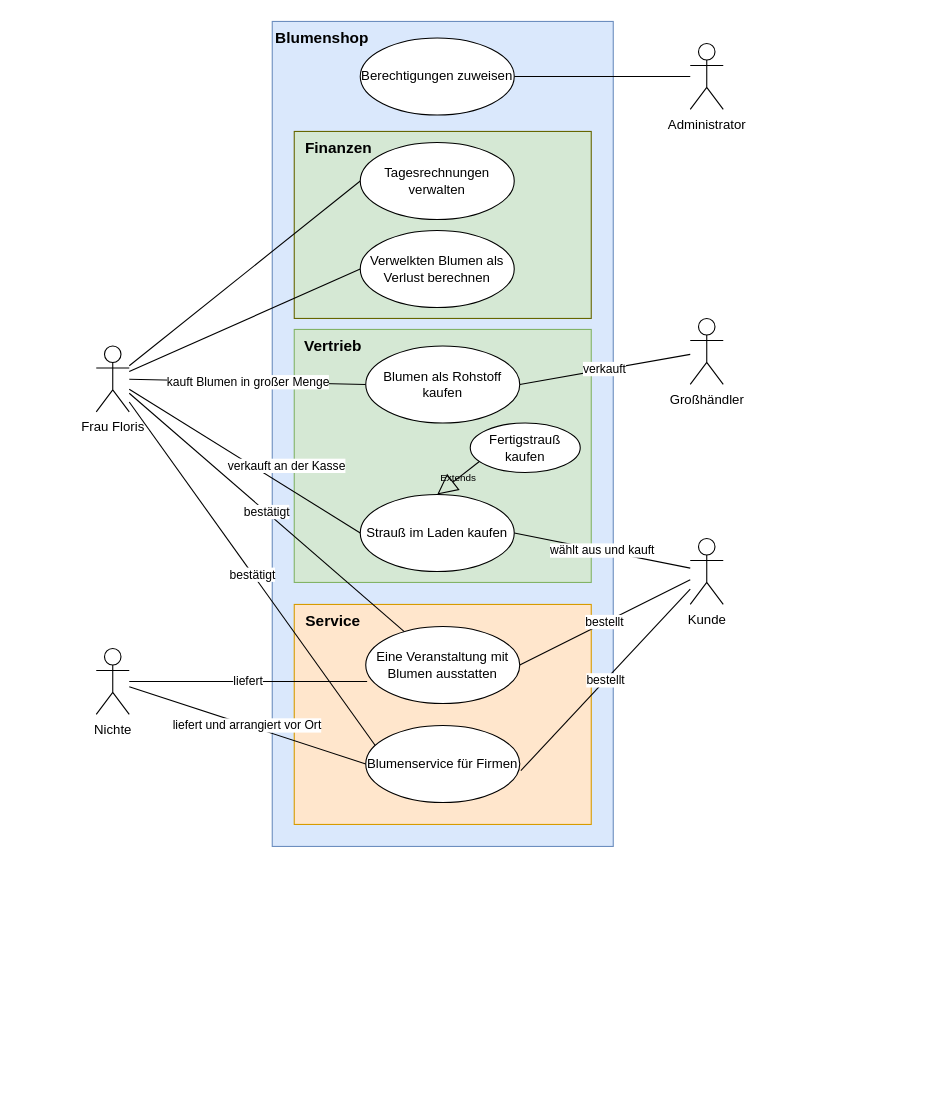
Earlier version of the draw.io diagram src/main/asciidoc/models/analysis/usecases.drawio (mrEkso/Flower-Shop-Management-System). Source tidied: cells renumbered, new cells numbered last; positions are measured from the earlier drawing's top-left corner, leaving out a move shared by most shapes. Both pictures are drawn from the tidied source at 110%, with x=0, y=0 at pixel (96, 21).
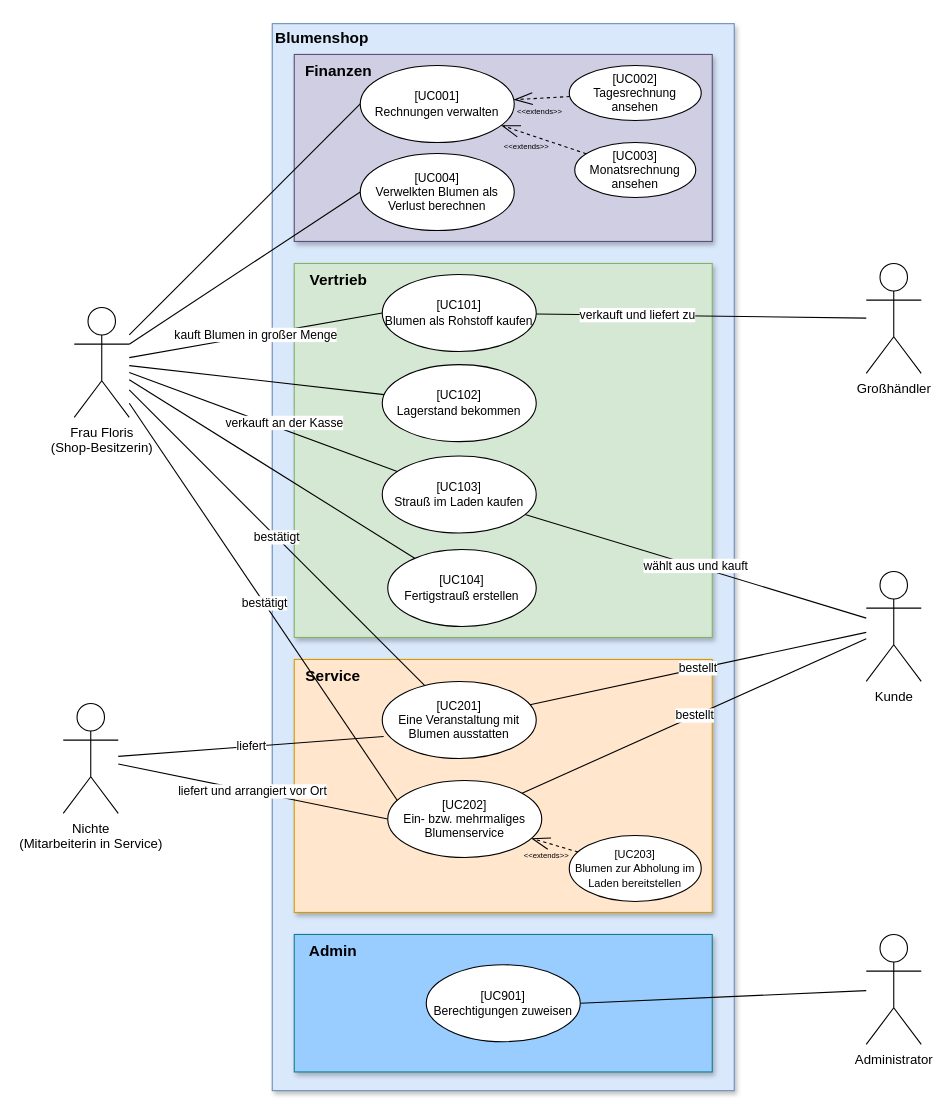
The same page after the edit.

The edit, as a diff of the source:
```diff
@@
-    <mxCell id="2" style="html=1;whiteSpace=wrap;fillColor=#dae8fc;strokeColor=#6c8ebf;shadow=0;labelPosition=left;verticalLabelPosition=top;align=right;verticalAlign=bottom;" parent="1" vertex="1">
-      <mxGeometry x="160" width="310" height="750" as="geometry" />
+    <mxCell id="2" style="html=1;whiteSpace=wrap;fillColor=#dae8fc;strokeColor=#6c8ebf;shadow=1;labelPosition=left;verticalLabelPosition=top;align=right;verticalAlign=bottom;" parent="1" vertex="1">
+      <mxGeometry x="160" y="2" width="420" height="970" as="geometry" />
     </mxCell>
-    <mxCell id="3" style="html=1;whiteSpace=wrap;fillColor=#ffe6cc;strokeColor=#d79b00;shadow=0;labelPosition=left;verticalLabelPosition=top;align=right;verticalAlign=bottom;" parent="1" vertex="1">
-      <mxGeometry x="180" y="530" width="270" height="200" as="geometry" />
+    <mxCell id="3" style="html=1;whiteSpace=wrap;fillColor=#ffe6cc;strokeColor=#d79b00;shadow=1;labelPosition=left;verticalLabelPosition=top;align=right;verticalAlign=bottom;" parent="1" vertex="1">
+      <mxGeometry x="180" y="580" width="380" height="230" as="geometry" />
     </mxCell>
-    <mxCell id="4" style="html=1;whiteSpace=wrap;fillColor=#d5e8d4;strokeColor=#82b366;shadow=0;labelPosition=left;verticalLabelPosition=top;align=right;verticalAlign=bottom;" parent="1" vertex="1">
-      <mxGeometry x="180" y="280" width="270" height="230" as="geometry" />
+    <mxCell id="4" style="html=1;whiteSpace=wrap;fillColor=#d5e8d4;strokeColor=#82b366;shadow=1;labelPosition=left;verticalLabelPosition=top;align=right;verticalAlign=bottom;glass=0;rounded=0;" parent="1" vertex="1">
+      <mxGeometry x="180" y="220" width="380" height="340" as="geometry" />
     </mxCell>
+    <mxCell id="37" style="html=1;whiteSpace=wrap;fillColor=#99CCFF;strokeColor=#0e8088;shadow=1;labelPosition=left;verticalLabelPosition=top;align=right;verticalAlign=bottom;" parent="1" vertex="1">
+      <mxGeometry x="180" y="830" width="380" height="125" as="geometry" />
+    </mxCell>
-    <mxCell id="5" style="html=1;whiteSpace=wrap;fillColor=#d5e8d4;strokeColor=#666600;shadow=0;labelPosition=left;verticalLabelPosition=top;align=right;verticalAlign=bottom;" parent="1" vertex="1">
-      <mxGeometry x="180" y="100" width="270" height="170" as="geometry" />
+    <mxCell id="5" style="html=1;whiteSpace=wrap;fillColor=#d0cee2;strokeColor=#56517e;shadow=1;labelPosition=left;verticalLabelPosition=top;align=right;verticalAlign=bottom;" parent="1" vertex="1">
+      <mxGeometry x="180" y="30" width="380" height="170" as="geometry" />
     </mxCell>
-    <mxCell id="6" value="verkauft an der Kasse" style="rounded=0;jettySize=auto;html=1;endArrow=none;endFill=0;entryX=0;entryY=0.5;entryDx=0;entryDy=0;" parent="1" edge="1" source="11" target="20">
-      <mxGeometry x="0.28" y="16" relative="1" as="geometry" />
+    <mxCell id="6" value="verkauft an der Kasse" style="rounded=0;jettySize=auto;html=1;endArrow=none;endFill=0;" parent="1" edge="1" source="11" target="20">
+      <mxGeometry x="0.14" y="6" relative="1" as="geometry" />
     </mxCell>
@@
+    <mxCell id="38" style="rounded=0;jettySize=auto;html=1;endArrow=none;endFill=0;" parent="1" edge="1" source="11" target="30">
+      <mxGeometry relative="1" as="geometry" />
+    </mxCell>
-    <mxCell id="11" value="Frau Floris" style="shape=umlActor;verticalLabelPosition=bottom;verticalAlign=top;html=1;" parent="1" vertex="1">
-      <mxGeometry y="295" width="30" height="60" as="geometry" />
+    <mxCell id="11" value="Frau Floris &lt;br&gt;(Shop-Besitzerin)" style="shape=umlActor;verticalLabelPosition=bottom;verticalAlign=top;html=1;" parent="1" vertex="1">
+      <mxGeometry x="-20" y="260" width="50" height="100" as="geometry" />
     </mxCell>
@@
-    <mxCell id="13" value="Nichte" style="shape=umlActor;verticalLabelPosition=bottom;verticalAlign=top;html=1;" parent="1" vertex="1">
-      <mxGeometry y="570" width="30" height="60" as="geometry" />
+    <mxCell id="13" value="Nichte &lt;br&gt;(Mitarbeiterin in Service)" style="shape=umlActor;verticalLabelPosition=bottom;verticalAlign=top;html=1;" parent="1" vertex="1">
+      <mxGeometry x="-30" y="620" width="50" height="100" as="geometry" />
     </mxCell>
-    <mxCell id="14" value="wählt aus und kauft" style="rounded=0;jettySize=auto;html=1;entryX=1;entryY=0.5;entryDx=0;entryDy=0;endArrow=none;endFill=0;" parent="1" edge="1" source="16" target="20">
+    <mxCell id="14" value="wählt aus und kauft" style="rounded=0;jettySize=auto;html=1;endArrow=none;endFill=0;" parent="1" edge="1" source="16" target="20">
       <mxGeometry relative="1" as="geometry" />
     </mxCell>
-    <mxCell id="15" value="bestellt" style="rounded=0;jettySize=auto;html=1;entryX=1;entryY=0.5;entryDx=0;entryDy=0;endArrow=none;endFill=0;" parent="1" edge="1" source="16" target="21">
+    <mxCell id="15" value="bestellt" style="rounded=0;jettySize=auto;html=1;endArrow=none;endFill=0;" parent="1" edge="1" source="16" target="21">
       <mxGeometry relative="1" as="geometry" />
     </mxCell>
     <mxCell id="16" value="Kunde" style="shape=umlActor;verticalLabelPosition=bottom;verticalAlign=top;html=1;" parent="1" vertex="1">
-      <mxGeometry x="540" y="470" width="30" height="60" as="geometry" />
+      <mxGeometry x="700" y="500" width="50" height="100" as="geometry" />
     </mxCell>
@@
     <mxCell id="18" value="Administrator" style="shape=umlActor;verticalLabelPosition=bottom;verticalAlign=top;html=1;" parent="1" vertex="1">
-      <mxGeometry x="540" y="20" width="30" height="60" as="geometry" />
+      <mxGeometry x="700" y="830" width="50" height="100" as="geometry" />
     </mxCell>
-    <mxCell id="19" value="Berechtigungen zuweisen" style="ellipse;whiteSpace=wrap;html=1;" parent="1" vertex="1">
-      <mxGeometry x="240" y="15" width="140" height="70" as="geometry" />
+    <mxCell id="19" value="[UC901]&lt;br&gt;Berechtigungen zuweisen" style="ellipse;whiteSpace=wrap;html=1;fontSize=11;" parent="1" vertex="1">
+      <mxGeometry x="300" y="857.5" width="140" height="70" as="geometry" />
     </mxCell>
-    <mxCell id="20" value="Strauß im Laden kaufen" style="ellipse;whiteSpace=wrap;html=1;" parent="1" vertex="1">
-      <mxGeometry x="240" y="430" width="140" height="70" as="geometry" />
+    <mxCell id="20" value="[UC103]&lt;br&gt;Strauß im Laden kaufen" style="ellipse;whiteSpace=wrap;html=1;fontSize=11;" parent="1" vertex="1">
+      <mxGeometry x="260" y="395" width="140" height="70" as="geometry" />
     </mxCell>
-    <mxCell id="21" value="Eine Veranstaltung mit Blumen ausstatten" style="ellipse;whiteSpace=wrap;html=1;" parent="1" vertex="1">
-      <mxGeometry x="245" y="550" width="140" height="70" as="geometry" />
+    <mxCell id="21" value="[UC201]&lt;br&gt;Eine Veranstaltung mit Blumen ausstatten" style="ellipse;whiteSpace=wrap;html=1;fontSize=11;" parent="1" vertex="1">
+      <mxGeometry x="260" y="600" width="140" height="70" as="geometry" />
     </mxCell>
@@
-    <mxCell id="23" value="Blumenservice für Firmen" style="ellipse;whiteSpace=wrap;html=1;" parent="1" vertex="1">
-      <mxGeometry x="245" y="640" width="140" height="70" as="geometry" />
+    <mxCell id="23" value="[UC202]&lt;br&gt;Ein- bzw. mehrmaliges Blumenservice" style="ellipse;whiteSpace=wrap;html=1;fontSize=11;" parent="1" vertex="1">
+      <mxGeometry x="265" y="690" width="140" height="70" as="geometry" />
     </mxCell>
-    <mxCell id="24" value="bestellt" style="rounded=0;jettySize=auto;html=1;entryX=1.007;entryY=0.587;entryDx=0;entryDy=0;entryPerimeter=0;endArrow=none;endFill=0;" parent="1" edge="1" source="16" target="23">
+    <mxCell id="24" value="bestellt" style="rounded=0;jettySize=auto;html=1;endArrow=none;endFill=0;" parent="1" edge="1" source="16" target="23">
       <mxGeometry relative="1" as="geometry" />
     </mxCell>
-    <mxCell id="25" value="Tagesrechnungen verwalten" style="ellipse;whiteSpace=wrap;html=1;" parent="1" vertex="1">
-      <mxGeometry x="240" y="110" width="140" height="70" as="geometry" />
+    <mxCell id="25" value="[UC001]&lt;br&gt;Rechnungen verwalten" style="ellipse;whiteSpace=wrap;html=1;fontSize=11;" parent="1" vertex="1">
+      <mxGeometry x="240" y="40" width="140" height="70" as="geometry" />
     </mxCell>
-    <mxCell id="26" value="verkauft" style="rounded=0;jettySize=auto;html=1;endArrow=none;endFill=0;entryX=1;entryY=0.5;entryDx=0;entryDy=0;" parent="1" edge="1" source="27" target="28">
+    <mxCell id="26" style="rounded=0;jettySize=auto;html=1;endArrow=none;endFill=0;" parent="1" edge="1" source="27" target="28">
       <mxGeometry relative="1" as="geometry" />
     </mxCell>
+    <mxCell id="39" value="verkauft und liefert zu" style="edgeLabel;html=1;align=center;verticalAlign=middle;" parent="26" vertex="1">
+      <mxGeometry x="0.39" y="-1" relative="1" as="geometry" />
+    </mxCell>
     <mxCell id="27" value="Großhändler" style="shape=umlActor;verticalLabelPosition=bottom;verticalAlign=top;html=1;" parent="1" vertex="1">
-      <mxGeometry x="540" y="270" width="30" height="60" as="geometry" />
+      <mxGeometry x="700" y="220" width="50" height="100" as="geometry" />
     </mxCell>
-    <mxCell id="28" value="Blumen als Rohstoff kaufen" style="ellipse;whiteSpace=wrap;html=1;" parent="1" vertex="1">
-      <mxGeometry x="245" y="295" width="140" height="70" as="geometry" />
+    <mxCell id="28" value="[UC101]&lt;br&gt;Blumen als Rohstoff kaufen" style="ellipse;whiteSpace=wrap;html=1;fontSize=11;" parent="1" vertex="1">
+      <mxGeometry x="260" y="230" width="140" height="70" as="geometry" />
     </mxCell>
@@
-    <mxCell id="30" value="Fertigstrauß kaufen" style="ellipse;whiteSpace=wrap;html=1;" parent="1" vertex="1">
-      <mxGeometry x="340" y="365" width="100" height="45" as="geometry" />
+    <mxCell id="30" value="[UC104]&lt;br&gt;Fertigstrauß erstellen" style="ellipse;whiteSpace=wrap;html=1;fontSize=11;" parent="1" vertex="1">
+      <mxGeometry x="265" y="480" width="135" height="70" as="geometry" />
     </mxCell>
-    <mxCell id="31" value="Extends" style="endArrow=block;endSize=16;endFill=0;html=1;rounded=0;entryX=0.5;entryY=0;entryDx=0;entryDy=0;fontSize=9;labelBackgroundColor=none;exitX=0.08;exitY=0.785;exitDx=0;exitDy=0;exitPerimeter=0;" parent="1" edge="1" source="30" target="20">
-      <mxGeometry relative="1" as="geometry" />
-    </mxCell>
-    <mxCell id="32" value="Verwelkten Blumen als Verlust berechnen" style="ellipse;whiteSpace=wrap;html=1;" parent="1" vertex="1">
-      <mxGeometry x="240" y="190" width="140" height="70" as="geometry" />
+    <mxCell id="32" value="[UC004]&lt;br&gt;Verwelkten Blumen als Verlust berechnen" style="ellipse;whiteSpace=wrap;html=1;fontSize=11;" parent="1" vertex="1">
+      <mxGeometry x="240" y="120" width="140" height="70" as="geometry" />
     </mxCell>
     <mxCell id="33" value="Finanzen" style="text;html=1;align=center;verticalAlign=middle;strokeColor=none;fillColor=none;fontStyle=1;fontSize=14;" parent="1" vertex="1">
-      <mxGeometry x="180" y="100" width="80" height="30" as="geometry" />
+      <mxGeometry x="180" y="30" width="80" height="30" as="geometry" />
     </mxCell>
     <mxCell id="34" value="Vertrieb" style="text;html=1;align=center;verticalAlign=middle;strokeColor=none;fillColor=none;fontStyle=1;fontSize=14;" parent="1" vertex="1">
-      <mxGeometry x="175" y="280" width="80" height="30" as="geometry" />
+      <mxGeometry x="180" y="220" width="80" height="30" as="geometry" />
     </mxCell>
@@
     <mxCell id="36" value="Service" style="text;html=1;align=center;verticalAlign=middle;strokeColor=none;fillColor=none;fontStyle=1;fontSize=14;" parent="1" vertex="1">
-      <mxGeometry x="180" y="530" width="70" height="30" as="geometry" />
+      <mxGeometry x="180" y="580" width="70" height="30" as="geometry" />
     </mxCell>
+    <mxCell id="40" value="[UC002]&lt;br&gt;Tagesrechnung ansehen" style="ellipse;whiteSpace=wrap;html=1;fontSize=11;" parent="1" vertex="1">
+      <mxGeometry x="430" y="40" width="120" height="50" as="geometry" />
+    </mxCell>
+    <mxCell id="41" value="[UC003]&lt;br&gt;Monatsrechnung&lt;br style=&quot;font-size: 11px;&quot;&gt;ansehen" style="ellipse;whiteSpace=wrap;html=1;fontSize=11;" parent="1" vertex="1">
+      <mxGeometry x="435" y="110" width="110" height="50" as="geometry" />
+    </mxCell>
+    <mxCell id="42" style="rounded=0;jettySize=auto;html=1;endArrow=none;endFill=0;" parent="1" edge="1" source="43" target="11">
+      <mxGeometry relative="1" as="geometry" />
+    </mxCell>
+    <mxCell id="43" value="[UC102]&lt;br&gt;Lagerstand bekommen" style="ellipse;whiteSpace=wrap;html=1;fontSize=11;" parent="1" vertex="1">
+      <mxGeometry x="260" y="312" width="140" height="70" as="geometry" />
+    </mxCell>
+    <mxCell id="44" style="rounded=0;jettySize=auto;html=1;endArrow=openThin;endFill=0;startSize=6;endSize=15;dashed=1;" parent="1" edge="1" source="46" target="23">
+      <mxGeometry relative="1" as="geometry" />
+    </mxCell>
+    <mxCell id="45" value="&lt;font style=&quot;font-size: 7px;&quot;&gt;&amp;lt;&amp;lt;extends&amp;gt;&amp;gt;&lt;/font&gt;" style="edgeLabel;html=1;align=center;verticalAlign=middle;fontColor=default;labelBackgroundColor=none;" parent="44" vertex="1">
+      <mxGeometry x="0.42" y="3" relative="1" as="geometry">
+        <mxPoint x="1" y="7" as="offset" />
+      </mxGeometry>
+    </mxCell>
+    <mxCell id="46" value="&lt;font style=&quot;font-size: 10px;&quot;&gt;[UC203]&lt;br&gt;Blumen zur Abholung im Laden bereitstellen&lt;/font&gt;" style="ellipse;whiteSpace=wrap;html=1;fontSize=11;" parent="1" vertex="1">
+      <mxGeometry x="430" y="740" width="120" height="60" as="geometry" />
+    </mxCell>
+    <mxCell id="47" value="Admin" style="text;html=1;align=center;verticalAlign=middle;strokeColor=none;fillColor=none;fontStyle=1;fontSize=14;" parent="1" vertex="1">
+      <mxGeometry x="180" y="830" width="70" height="30" as="geometry" />
+    </mxCell>
+    <mxCell id="48" style="rounded=0;jettySize=auto;html=1;endArrow=openThin;endFill=0;startSize=6;endSize=15;dashed=1;" parent="1" edge="1" source="41" target="25">
+      <mxGeometry relative="1" as="geometry" />
+    </mxCell>
+    <mxCell id="49" value="&lt;font style=&quot;font-size: 7px;&quot;&gt;&amp;lt;&amp;lt;extends&amp;gt;&amp;gt;&lt;/font&gt;" style="edgeLabel;html=1;align=center;verticalAlign=middle;fontColor=default;labelBackgroundColor=none;" parent="48" vertex="1">
+      <mxGeometry x="0.42" y="3" relative="1" as="geometry">
+        <mxPoint x="1" y="7" as="offset" />
+      </mxGeometry>
+    </mxCell>
+    <mxCell id="50" style="rounded=0;jettySize=auto;html=1;endArrow=openThin;endFill=0;startSize=6;endSize=15;dashed=1;" parent="1" edge="1" source="40" target="25">
+      <mxGeometry relative="1" as="geometry" />
+    </mxCell>
+    <mxCell id="51" value="&lt;font style=&quot;font-size: 7px;&quot;&gt;&amp;lt;&amp;lt;extends&amp;gt;&amp;gt;&lt;/font&gt;" style="edgeLabel;html=1;align=center;verticalAlign=middle;fontColor=default;labelBackgroundColor=none;" parent="50" vertex="1">
+      <mxGeometry x="0.42" y="3" relative="1" as="geometry">
+        <mxPoint x="8" y="7" as="offset" />
+      </mxGeometry>
+    </mxCell>
```
